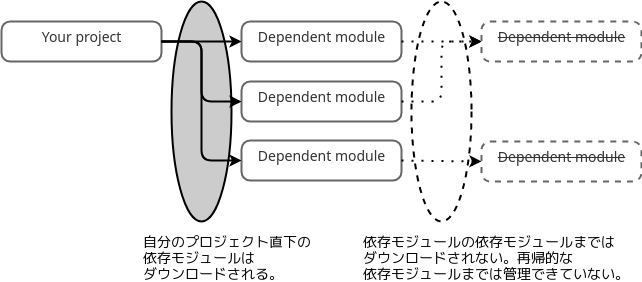
Above: images/chap05/0011_FigureOfDependentModules.png in a6s-cloud/grouscope-books (draw.io), before the change. Source tidied: cells renumbered, new cells last; positions are measured from the earlier drawing's top-left corner, leaving out a move shared by most shapes. Source of this version:
```xml
<mxGraphModel>
  <root>
    <mxCell id="0" />
    <mxCell id="1" parent="0" />
    <mxCell id="2" style="ellipse;whiteSpace=wrap;html=1;strokeColor=#000000;fillColor=none;align=left;strokeWidth=2;dashed=1;" parent="1" vertex="1">
      <mxGeometry x="410" width="60" height="220" as="geometry" />
    </mxCell>
    <mxCell id="3" style="ellipse;whiteSpace=wrap;html=1;strokeColor=#000000;fillColor=#CCCCCC;align=left;strokeWidth=2;" parent="1" vertex="1">
      <mxGeometry x="170" width="60" height="220" as="geometry" />
    </mxCell>
    <mxCell id="4" value="&lt;font style=&quot;font-size: 14px&quot;&gt;Your project&lt;/font&gt;" style="rounded=1;whiteSpace=wrap;html=1;fillColor=#FFFFFF;strokeColor=#666666;fontColor=#333333;strokeWidth=2;align=center;verticalAlign=top;arcSize=22;" parent="1" vertex="1">
      <mxGeometry y="20" width="160" height="40" as="geometry" />
    </mxCell>
    <mxCell id="5" value="&lt;span style=&quot;font-size: 14px&quot;&gt;Dependent module&lt;/span&gt;" style="rounded=1;whiteSpace=wrap;html=1;fillColor=#FFFFFF;strokeColor=#666666;fontColor=#333333;strokeWidth=2;align=center;verticalAlign=top;arcSize=22;" parent="1" vertex="1">
      <mxGeometry x="240" y="20" width="160" height="40" as="geometry" />
    </mxCell>
    <mxCell id="6" value="&lt;span style=&quot;font-size: 14px&quot;&gt;Dependent module&lt;/span&gt;" style="rounded=1;whiteSpace=wrap;html=1;fillColor=#FFFFFF;strokeColor=#666666;fontColor=#333333;strokeWidth=2;align=center;verticalAlign=top;arcSize=22;" parent="1" vertex="1">
      <mxGeometry x="240" y="80" width="160" height="40" as="geometry" />
    </mxCell>
    <mxCell id="7" value="&lt;span style=&quot;font-size: 14px&quot;&gt;Dependent module&lt;/span&gt;" style="rounded=1;whiteSpace=wrap;html=1;fillColor=#FFFFFF;strokeColor=#666666;fontColor=#333333;strokeWidth=2;align=center;verticalAlign=top;arcSize=22;" parent="1" vertex="1">
      <mxGeometry x="240" y="139" width="160" height="40" as="geometry" />
    </mxCell>
    <mxCell id="8" style="endArrow=classic;html=1;strokeColor=#000000;strokeWidth=2;exitX=1;exitY=0.5;exitDx=0;exitDy=0;entryX=0;entryY=0.5;entryDx=0;entryDy=0;" parent="1" edge="1" source="4" target="5">
      <mxGeometry relative="1" as="geometry" />
    </mxCell>
    <mxCell id="9" style="endArrow=classic;html=1;strokeColor=#000000;strokeWidth=2;entryX=0;entryY=0.5;entryDx=0;entryDy=0;edgeStyle=orthogonalEdgeStyle;exitX=1;exitY=0.5;exitDx=0;exitDy=0;" parent="1" edge="1" source="4" target="6">
      <mxGeometry relative="1" as="geometry" />
    </mxCell>
    <mxCell id="10" style="endArrow=classic;html=1;strokeColor=#000000;strokeWidth=2;entryX=0;entryY=0.5;entryDx=0;entryDy=0;edgeStyle=orthogonalEdgeStyle;exitX=1;exitY=0.5;exitDx=0;exitDy=0;" parent="1" edge="1" source="4" target="7">
      <mxGeometry relative="1" as="geometry" />
    </mxCell>
    <mxCell id="11" value="&lt;span style=&quot;font-size: 14px&quot;&gt;&lt;strike&gt;Dependent module&lt;/strike&gt;&lt;/span&gt;" style="rounded=1;whiteSpace=wrap;html=1;fillColor=none;strokeColor=#666666;fontColor=#333333;strokeWidth=2;align=center;verticalAlign=top;arcSize=22;dashed=1;" parent="1" vertex="1">
      <mxGeometry x="480" y="20" width="160" height="40" as="geometry" />
    </mxCell>
    <mxCell id="12" value="&lt;span style=&quot;font-size: 14px&quot;&gt;&lt;strike&gt;Dependent module&lt;/strike&gt;&lt;/span&gt;" style="rounded=1;whiteSpace=wrap;html=1;fillColor=none;strokeColor=#666666;fontColor=#333333;strokeWidth=2;align=center;verticalAlign=top;arcSize=22;dashed=1;" parent="1" vertex="1">
      <mxGeometry x="480" y="140" width="160" height="40" as="geometry" />
    </mxCell>
    <mxCell id="13" style="endArrow=classic;html=1;strokeColor=#000000;strokeWidth=2;exitX=1;exitY=0.5;exitDx=0;exitDy=0;entryX=0;entryY=0.5;entryDx=0;entryDy=0;dashed=1;dashPattern=1 4;" parent="1" edge="1" source="5" target="11">
      <mxGeometry relative="1" as="geometry" />
    </mxCell>
    <mxCell id="14" style="endArrow=classic;html=1;strokeColor=#000000;strokeWidth=2;entryX=0;entryY=0.5;entryDx=0;entryDy=0;edgeStyle=orthogonalEdgeStyle;exitX=1;exitY=0.5;exitDx=0;exitDy=0;dashed=1;dashPattern=1 4;" parent="1" edge="1" source="6" target="11">
      <mxGeometry relative="1" as="geometry" />
    </mxCell>
    <mxCell id="15" style="endArrow=classic;html=1;strokeColor=#000000;strokeWidth=2;exitX=1;exitY=0.5;exitDx=0;exitDy=0;entryX=0;entryY=0.5;entryDx=0;entryDy=0;dashed=1;dashPattern=1 4;" parent="1" edge="1" source="7" target="12">
      <mxGeometry relative="1" as="geometry" />
    </mxCell>
    <mxCell id="16" value="&lt;font style=&quot;font-size: 14px&quot;&gt;自分のプロジェクト直下の&lt;br&gt;依存モジュールは&lt;br&gt;ダウンロードされる。&lt;/font&gt;" style="text;html=1;align=left;verticalAlign=top;spacingTop=-4;" parent="1" vertex="1">
      <mxGeometry x="140" y="230" width="180" height="50" as="geometry" />
    </mxCell>
    <mxCell id="17" value="&lt;font style=&quot;font-size: 14px&quot;&gt;依存モジュールの依存モジュールまでは&lt;br&gt;ダウンロードされない。再帰的な&lt;br&gt;依存モジュールまでは管理できていない。&lt;/font&gt;" style="text;html=1;align=left;verticalAlign=top;spacingTop=-4;" parent="1" vertex="1">
      <mxGeometry x="360" y="230" width="280" height="50" as="geometry" />
    </mxCell>
  </root>
</mxGraphModel>
```
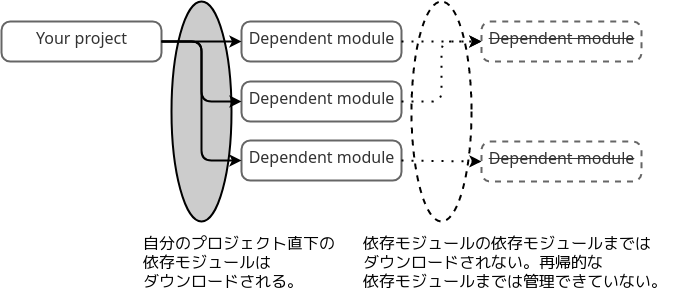
After the commit.

Commit message:
文字を拡大

The edit, as a diff of the source:
```diff
@@ -8,16 +8,16 @@
     <mxCell id="3" style="ellipse;whiteSpace=wrap;html=1;strokeColor=#000000;fillColor=#CCCCCC;align=left;strokeWidth=2;" parent="1" vertex="1">
       <mxGeometry x="170" width="60" height="220" as="geometry" />
     </mxCell>
-    <mxCell id="4" value="&lt;font style=&quot;font-size: 14px&quot;&gt;Your project&lt;/font&gt;" style="rounded=1;whiteSpace=wrap;html=1;fillColor=#FFFFFF;strokeColor=#666666;fontColor=#333333;strokeWidth=2;align=center;verticalAlign=top;arcSize=22;" parent="1" vertex="1">
+    <mxCell id="4" value="&lt;font style=&quot;font-size: 16px&quot;&gt;Your project&lt;/font&gt;" style="rounded=1;whiteSpace=wrap;html=1;fillColor=#FFFFFF;strokeColor=#666666;fontColor=#333333;strokeWidth=2;align=center;verticalAlign=top;arcSize=22;" parent="1" vertex="1">
       <mxGeometry y="20" width="160" height="40" as="geometry" />
     </mxCell>
-    <mxCell id="5" value="&lt;span style=&quot;font-size: 14px&quot;&gt;Dependent module&lt;/span&gt;" style="rounded=1;whiteSpace=wrap;html=1;fillColor=#FFFFFF;strokeColor=#666666;fontColor=#333333;strokeWidth=2;align=center;verticalAlign=top;arcSize=22;" parent="1" vertex="1">
+    <mxCell id="5" value="&lt;font style=&quot;font-size: 16px&quot;&gt;Dependent module&lt;/font&gt;" style="rounded=1;whiteSpace=wrap;html=1;fillColor=#FFFFFF;strokeColor=#666666;fontColor=#333333;strokeWidth=2;align=center;verticalAlign=top;arcSize=22;" parent="1" vertex="1">
       <mxGeometry x="240" y="20" width="160" height="40" as="geometry" />
     </mxCell>
-    <mxCell id="6" value="&lt;span style=&quot;font-size: 14px&quot;&gt;Dependent module&lt;/span&gt;" style="rounded=1;whiteSpace=wrap;html=1;fillColor=#FFFFFF;strokeColor=#666666;fontColor=#333333;strokeWidth=2;align=center;verticalAlign=top;arcSize=22;" parent="1" vertex="1">
+    <mxCell id="6" value="&lt;font style=&quot;font-size: 16px&quot;&gt;Dependent module&lt;/font&gt;" style="rounded=1;whiteSpace=wrap;html=1;fillColor=#FFFFFF;strokeColor=#666666;fontColor=#333333;strokeWidth=2;align=center;verticalAlign=top;arcSize=22;" parent="1" vertex="1">
       <mxGeometry x="240" y="80" width="160" height="40" as="geometry" />
     </mxCell>
-    <mxCell id="7" value="&lt;span style=&quot;font-size: 14px&quot;&gt;Dependent module&lt;/span&gt;" style="rounded=1;whiteSpace=wrap;html=1;fillColor=#FFFFFF;strokeColor=#666666;fontColor=#333333;strokeWidth=2;align=center;verticalAlign=top;arcSize=22;" parent="1" vertex="1">
+    <mxCell id="7" value="&lt;font style=&quot;font-size: 16px&quot;&gt;Dependent module&lt;/font&gt;" style="rounded=1;whiteSpace=wrap;html=1;fillColor=#FFFFFF;strokeColor=#666666;fontColor=#333333;strokeWidth=2;align=center;verticalAlign=top;arcSize=22;" parent="1" vertex="1">
       <mxGeometry x="240" y="139" width="160" height="40" as="geometry" />
     </mxCell>
     <mxCell id="8" style="endArrow=classic;html=1;strokeColor=#000000;strokeWidth=2;exitX=1;exitY=0.5;exitDx=0;exitDy=0;entryX=0;entryY=0.5;entryDx=0;entryDy=0;" parent="1" edge="1" source="4" target="5">
@@ -29,10 +29,10 @@
     <mxCell id="10" style="endArrow=classic;html=1;strokeColor=#000000;strokeWidth=2;entryX=0;entryY=0.5;entryDx=0;entryDy=0;edgeStyle=orthogonalEdgeStyle;exitX=1;exitY=0.5;exitDx=0;exitDy=0;" parent="1" edge="1" source="4" target="7">
       <mxGeometry relative="1" as="geometry" />
     </mxCell>
-    <mxCell id="11" value="&lt;span style=&quot;font-size: 14px&quot;&gt;&lt;strike&gt;Dependent module&lt;/strike&gt;&lt;/span&gt;" style="rounded=1;whiteSpace=wrap;html=1;fillColor=none;strokeColor=#666666;fontColor=#333333;strokeWidth=2;align=center;verticalAlign=top;arcSize=22;dashed=1;" parent="1" vertex="1">
+    <mxCell id="11" value="&lt;strike&gt;&lt;font style=&quot;font-size: 16px&quot;&gt;Dependent module&lt;/font&gt;&lt;/strike&gt;" style="rounded=1;whiteSpace=wrap;html=1;fillColor=none;strokeColor=#666666;fontColor=#333333;strokeWidth=2;align=center;verticalAlign=top;arcSize=22;dashed=1;" parent="1" vertex="1">
       <mxGeometry x="480" y="20" width="160" height="40" as="geometry" />
     </mxCell>
-    <mxCell id="12" value="&lt;span style=&quot;font-size: 14px&quot;&gt;&lt;strike&gt;Dependent module&lt;/strike&gt;&lt;/span&gt;" style="rounded=1;whiteSpace=wrap;html=1;fillColor=none;strokeColor=#666666;fontColor=#333333;strokeWidth=2;align=center;verticalAlign=top;arcSize=22;dashed=1;" parent="1" vertex="1">
+    <mxCell id="12" value="&lt;strike&gt;&lt;font style=&quot;font-size: 16px&quot;&gt;Dependent module&lt;/font&gt;&lt;/strike&gt;" style="rounded=1;whiteSpace=wrap;html=1;fillColor=none;strokeColor=#666666;fontColor=#333333;strokeWidth=2;align=center;verticalAlign=top;arcSize=22;dashed=1;" parent="1" vertex="1">
       <mxGeometry x="480" y="140" width="160" height="40" as="geometry" />
     </mxCell>
     <mxCell id="13" style="endArrow=classic;html=1;strokeColor=#000000;strokeWidth=2;exitX=1;exitY=0.5;exitDx=0;exitDy=0;entryX=0;entryY=0.5;entryDx=0;entryDy=0;dashed=1;dashPattern=1 4;" parent="1" edge="1" source="5" target="11">
@@ -44,11 +44,11 @@
     <mxCell id="15" style="endArrow=classic;html=1;strokeColor=#000000;strokeWidth=2;exitX=1;exitY=0.5;exitDx=0;exitDy=0;entryX=0;entryY=0.5;entryDx=0;entryDy=0;dashed=1;dashPattern=1 4;" parent="1" edge="1" source="7" target="12">
       <mxGeometry relative="1" as="geometry" />
     </mxCell>
-    <mxCell id="16" value="&lt;font style=&quot;font-size: 14px&quot;&gt;自分のプロジェクト直下の&lt;br&gt;依存モジュールは&lt;br&gt;ダウンロードされる。&lt;/font&gt;" style="text;html=1;align=left;verticalAlign=top;spacingTop=-4;" parent="1" vertex="1">
-      <mxGeometry x="140" y="230" width="180" height="50" as="geometry" />
+    <mxCell id="16" value="&lt;font style=&quot;font-size: 16px&quot;&gt;自分のプロジェクト直下の&lt;br&gt;依存モジュールは&lt;br&gt;ダウンロードされる。&lt;/font&gt;" style="text;html=1;align=left;verticalAlign=top;spacingTop=-4;" parent="1" vertex="1">
+      <mxGeometry x="140" y="230" width="210" height="50" as="geometry" />
     </mxCell>
-    <mxCell id="17" value="&lt;font style=&quot;font-size: 14px&quot;&gt;依存モジュールの依存モジュールまでは&lt;br&gt;ダウンロードされない。再帰的な&lt;br&gt;依存モジュールまでは管理できていない。&lt;/font&gt;" style="text;html=1;align=left;verticalAlign=top;spacingTop=-4;" parent="1" vertex="1">
-      <mxGeometry x="360" y="230" width="280" height="50" as="geometry" />
+    <mxCell id="17" value="&lt;font style=&quot;font-size: 16px&quot;&gt;依存モジュールの依存モジュールまでは&lt;br&gt;ダウンロードされない。再帰的な&lt;br&gt;依存モジュールまでは管理できていない。&lt;/font&gt;" style="text;html=1;align=left;verticalAlign=top;spacingTop=-4;" parent="1" vertex="1">
+      <mxGeometry x="360" y="230" width="320" height="50" as="geometry" />
     </mxCell>
   </root>
 </mxGraphModel>
```
